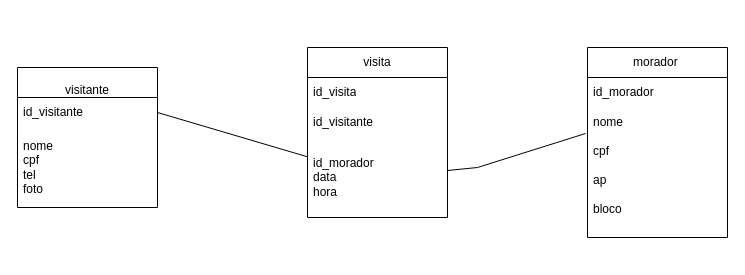
This is ashley.drawio from ashleybarbl/3ds, a draw.io file, before an edit. Source tidied: cells renumbered, new cells numbered last; positions are measured from the earlier drawing's top-left corner, leaving out a move shared by most shapes. Both pictures are drawn from the tidied source at 100%, with x=0, y=0 at pixel (17, 47).
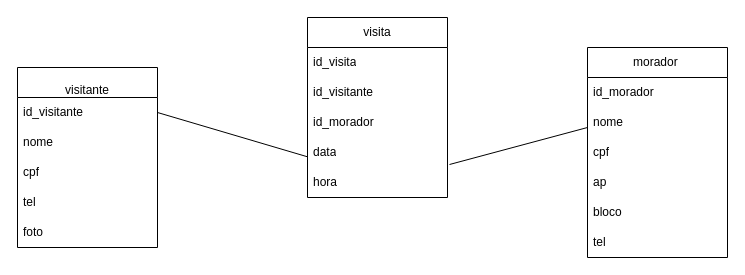
The same page after the edit.

The change refers to these unchanged cells:
```xml
<mxCell id="3" value="id_visitante" style="text;strokeColor=none;fillColor=none;align=left;verticalAlign=middle;spacingLeft=4;spacingRight=4;overflow=hidden;points=[[0,0.5],[1,0.5]];portConstraint=eastwest;whiteSpace=wrap;html=1;" parent="2" vertex="1">
  <mxGeometry y="30" width="140" height="30" as="geometry" />
</mxCell>
```

The edit, as a diff of the source:
```diff
@@
     <mxCell id="2" value="&lt;br&gt;&lt;div&gt;visitante&lt;/div&gt;" style="swimlane;fontStyle=0;horizontal=1;startSize=30;whiteSpace=wrap;html=1;" parent="1" vertex="1">
-      <mxGeometry y="20" width="140" height="140" as="geometry" />
+      <mxGeometry y="20" width="140" height="180" as="geometry" />
     </mxCell>
@@
-    <mxCell id="4" value="nome&amp;nbsp;&lt;div&gt;cpf&lt;/div&gt;&lt;div&gt;tel&lt;/div&gt;&lt;div&gt;foto&lt;/div&gt;" style="text;strokeColor=none;fillColor=none;align=left;verticalAlign=middle;spacingLeft=4;spacingRight=4;overflow=hidden;whiteSpace=wrap;html=1;" parent="2" vertex="1">
-      <mxGeometry y="60" width="140" height="80" as="geometry" />
-    </mxCell>
+    <mxCell id="15" value="nome" style="text;strokeColor=none;fillColor=none;align=left;verticalAlign=middle;spacingLeft=4;spacingRight=4;overflow=hidden;whiteSpace=wrap;html=1;" parent="2" vertex="1">
+      <mxGeometry y="60" width="140" height="30" as="geometry" />
+    </mxCell>
+    <mxCell id="16" value="cpf" style="text;strokeColor=none;fillColor=none;align=left;verticalAlign=middle;spacingLeft=4;spacingRight=4;overflow=hidden;whiteSpace=wrap;html=1;" parent="2" vertex="1">
+      <mxGeometry y="90" width="140" height="30" as="geometry" />
+    </mxCell>
+    <mxCell id="17" value="tel" style="text;strokeColor=none;fillColor=none;align=left;verticalAlign=middle;spacingLeft=4;spacingRight=4;overflow=hidden;whiteSpace=wrap;html=1;" parent="2" vertex="1">
+      <mxGeometry y="120" width="140" height="30" as="geometry" />
+    </mxCell>
+    <mxCell id="18" value="foto" style="text;strokeColor=none;fillColor=none;align=left;verticalAlign=middle;spacingLeft=4;spacingRight=4;overflow=hidden;whiteSpace=wrap;html=1;" parent="2" vertex="1">
+      <mxGeometry y="150" width="140" height="30" as="geometry" />
+    </mxCell>
     <mxCell id="5" value="visita" style="swimlane;fontStyle=0;horizontal=1;startSize=30;whiteSpace=wrap;html=1;" parent="1" vertex="1">
-      <mxGeometry x="290" width="140" height="170" as="geometry" />
+      <mxGeometry x="290" y="-30" width="140" height="180" as="geometry" />
     </mxCell>
@@
-    <mxCell id="8" value="id_morador&lt;div&gt;data&lt;/div&gt;&lt;div&gt;hora&lt;/div&gt;" style="text;strokeColor=none;fillColor=none;align=left;verticalAlign=middle;spacingLeft=4;spacingRight=4;overflow=hidden;points=[[0,0.5],[1,0.5]];portConstraint=eastwest;whiteSpace=wrap;html=1;" parent="5" vertex="1">
-      <mxGeometry y="90" width="140" height="80" as="geometry" />
-    </mxCell>
+    <mxCell id="19" value="id_morador" style="text;strokeColor=none;fillColor=none;align=left;verticalAlign=middle;spacingLeft=4;spacingRight=4;overflow=hidden;whiteSpace=wrap;html=1;" parent="5" vertex="1">
+      <mxGeometry y="90" width="140" height="30" as="geometry" />
+    </mxCell>
+    <mxCell id="20" value="data" style="text;strokeColor=none;fillColor=none;align=left;verticalAlign=middle;spacingLeft=4;spacingRight=4;overflow=hidden;whiteSpace=wrap;html=1;" parent="5" vertex="1">
+      <mxGeometry y="120" width="140" height="30" as="geometry" />
+    </mxCell>
+    <mxCell id="21" value="hora" style="text;strokeColor=none;fillColor=none;align=left;verticalAlign=middle;spacingLeft=4;spacingRight=4;overflow=hidden;whiteSpace=wrap;html=1;" parent="5" vertex="1">
+      <mxGeometry y="150" width="140" height="30" as="geometry" />
+    </mxCell>
-    <mxCell id="9" style="endArrow=none;html=1;rounded=0;exitX=1;exitY=0.5;exitDx=0;exitDy=0;" parent="1" edge="1" source="3" target="8">
-      <mxGeometry relative="1" as="geometry" />
+    <mxCell id="9" style="endArrow=none;html=1;rounded=0;exitX=1;exitY=0.5;exitDx=0;exitDy=0;" parent="1" edge="1" source="3">
+      <mxGeometry relative="1" as="geometry">
+        <mxPoint x="290" y="109.3" as="targetPoint" />
+      </mxGeometry>
     </mxCell>
     <mxCell id="10" value="morador&amp;nbsp;" style="swimlane;fontStyle=0;horizontal=1;startSize=30;whiteSpace=wrap;html=1;" parent="1" vertex="1">
-      <mxGeometry x="570" width="140" height="190" as="geometry" />
+      <mxGeometry x="570" width="140" height="210" as="geometry" />
     </mxCell>
@@
-    <mxCell id="13" value="&lt;div&gt;cpf&lt;/div&gt;&lt;div&gt;&lt;br&gt;&lt;/div&gt;&lt;div&gt;ap&lt;/div&gt;&lt;div&gt;&lt;br&gt;&lt;/div&gt;&lt;div&gt;bloco&lt;/div&gt;&lt;div&gt;&lt;br&gt;&lt;/div&gt;" style="text;strokeColor=none;fillColor=none;align=left;verticalAlign=middle;spacingLeft=4;spacingRight=4;overflow=hidden;points=[[0,0.5],[1,0.5]];portConstraint=eastwest;whiteSpace=wrap;html=1;" parent="10" vertex="1">
-      <mxGeometry y="90" width="140" height="100" as="geometry" />
-    </mxCell>
+    <mxCell id="22" value="cpf" style="text;strokeColor=none;fillColor=none;align=left;verticalAlign=middle;spacingLeft=4;spacingRight=4;overflow=hidden;whiteSpace=wrap;html=1;" parent="10" vertex="1">
+      <mxGeometry y="90" width="140" height="30" as="geometry" />
+    </mxCell>
+    <mxCell id="23" value="ap" style="text;strokeColor=none;fillColor=none;align=left;verticalAlign=middle;spacingLeft=4;spacingRight=4;overflow=hidden;whiteSpace=wrap;html=1;" parent="10" vertex="1">
+      <mxGeometry y="120" width="140" height="30" as="geometry" />
+    </mxCell>
+    <mxCell id="24" value="bloco" style="text;strokeColor=none;fillColor=none;align=left;verticalAlign=middle;spacingLeft=4;spacingRight=4;overflow=hidden;whiteSpace=wrap;html=1;" parent="10" vertex="1">
+      <mxGeometry y="150" width="140" height="30" as="geometry" />
+    </mxCell>
+    <mxCell id="25" value="tel" style="text;strokeColor=none;fillColor=none;align=left;verticalAlign=middle;spacingLeft=4;spacingRight=4;overflow=hidden;whiteSpace=wrap;html=1;" parent="10" vertex="1">
+      <mxGeometry y="180" width="140" height="30" as="geometry" />
+    </mxCell>
-    <mxCell id="14" style="endArrow=none;html=1;rounded=0;entryX=-0.014;entryY=-0.04;entryDx=0;entryDy=0;entryPerimeter=0;" parent="1" edge="1" source="8" target="13">
+    <mxCell id="14" style="endArrow=none;html=1;rounded=0;entryX=-0.014;entryY=-0.04;entryDx=0;entryDy=0;entryPerimeter=0;" parent="1" edge="1">
       <mxGeometry relative="1" as="geometry">
-        <Array as="points">
-          <mxPoint x="460" y="120" />
-        </Array>
+        <mxPoint x="432" y="117" as="sourcePoint" />
+        <mxPoint x="570" y="80" as="targetPoint" />
       </mxGeometry>
     </mxCell>
```
